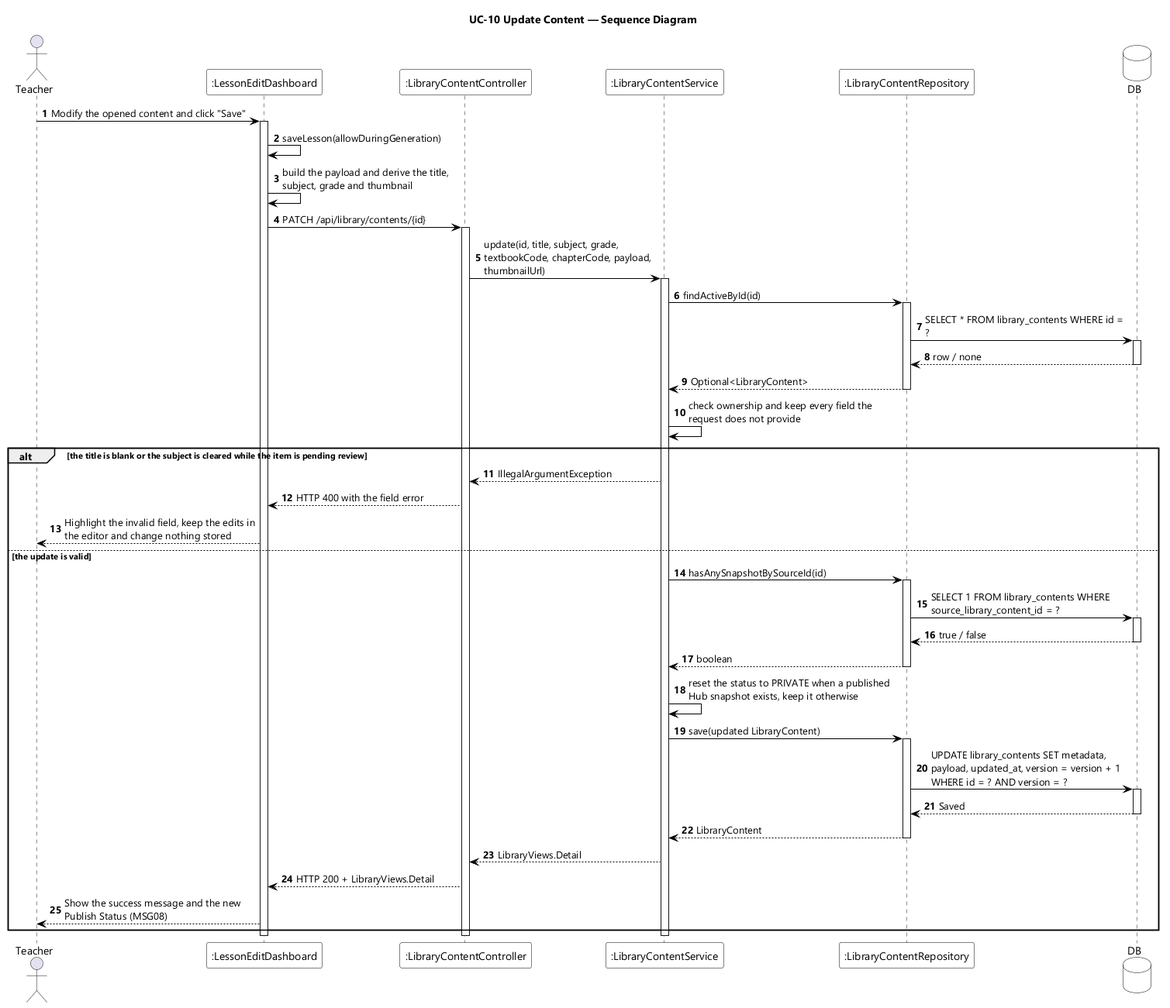
The PlantUML diagram designs/sds-diagrams/uc10/uc10-sequence-diagram.png in EduA-system/EduA-system, before a commit. Its diagram source:
```plantuml
@startuml UC-10 Update Content - Sequence Diagram
skinparamlocked dpi 96
skinparam defaultFontName "Segoe UI"
skinparam shadowing false
skinparam ParticipantBackgroundColor #FFFFFF
skinparam ParticipantBorderColor #000000
skinparam DatabaseBackgroundColor #FFFFFF
skinparam DatabaseBorderColor #000000
skinparam ArrowColor #000000
skinparam sequenceMessageAlign left
skinparam maxMessageSize 260
title UC-10 Update Content — Sequence Diagram

actor Teacher
participant ":LessonEditDashboard" as EDT
participant ":LibraryContentController" as CTL
participant ":LibraryContentService" as SVC
participant ":LibraryContentRepository" as REPO
database DB

autonumber
Teacher -> EDT : Modify the opened content and click "Save"
activate EDT
EDT -> EDT : saveLesson(allowDuringGeneration)
EDT -> EDT : build the payload and derive the title, subject, grade and thumbnail
EDT -> CTL : PATCH /api/library/contents/{id}
activate CTL
CTL -> SVC : update(id, title, subject, grade, textbookCode, chapterCode, payload, thumbnailUrl)
activate SVC
SVC -> REPO : findActiveById(id)
activate REPO
REPO -> DB : SELECT * FROM library_contents WHERE id = ?
activate DB
DB --> REPO : row / none
deactivate DB
REPO --> SVC : Optional<LibraryContent>
deactivate REPO
SVC -> SVC : check ownership and keep every field the request does not provide

alt the title is blank or the subject is cleared while the item is pending review
  SVC --> CTL : IllegalArgumentException
  CTL --> EDT : HTTP 400 with the field error
  EDT --> Teacher : Highlight the invalid field, keep the edits in the editor and change nothing stored
else the update is valid
  SVC -> REPO : hasAnySnapshotBySourceId(id)
  activate REPO
  REPO -> DB : SELECT 1 FROM library_contents WHERE source_library_content_id = ?
  activate DB
  DB --> REPO : true / false
  deactivate DB
  REPO --> SVC : boolean
  deactivate REPO
  SVC -> SVC : reset the status to PRIVATE when a published Hub snapshot exists, keep it otherwise
  SVC -> REPO : save(updated LibraryContent)
  activate REPO
  REPO -> DB : UPDATE library_contents SET metadata, payload, updated_at, version = version + 1\nWHERE id = ? AND version = ?
  activate DB
  DB --> REPO : Saved
  deactivate DB
  REPO --> SVC : LibraryContent
  deactivate REPO
  SVC --> CTL : LibraryViews.Detail
  CTL --> EDT : HTTP 200 + LibraryViews.Detail
  EDT --> Teacher : Show the success message and the new Publish Status (MSG08)
end
deactivate SVC
deactivate CTL
deactivate EDT
@enduml
```
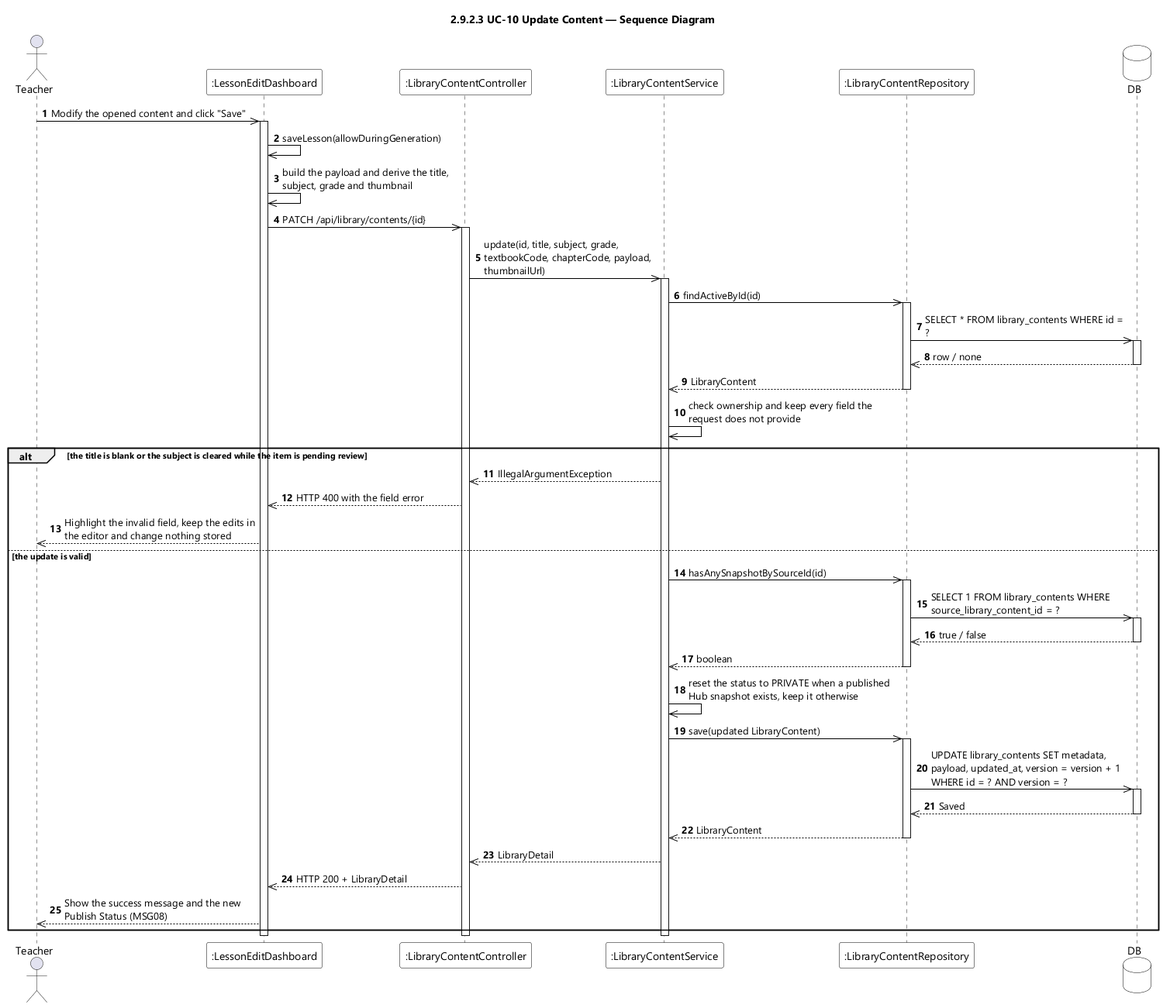
The same diagram one commit later.

Change to the diagram source:
```diff
@@ -9,7 +9,7 @@
 skinparam ArrowColor #000000
 skinparam sequenceMessageAlign left
 skinparam maxMessageSize 260
-title UC-10 Update Content — Sequence Diagram
+title 2.9.2.3 UC-10 Update Content — Sequence Diagram
 
 actor Teacher
 participant ":LessonEditDashboard" as EDT
@@ -19,49 +19,49 @@
 database DB
 
 autonumber
-Teacher -> EDT : Modify the opened content and click "Save"
+Teacher ->> EDT : Modify the opened content and click "Save"
 activate EDT
-EDT -> EDT : saveLesson(allowDuringGeneration)
-EDT -> EDT : build the payload and derive the title, subject, grade and thumbnail
-EDT -> CTL : PATCH /api/library/contents/{id}
+EDT ->> EDT : saveLesson(allowDuringGeneration)
+EDT ->> EDT : build the payload and derive the title, subject, grade and thumbnail
+EDT ->> CTL : PATCH /api/library/contents/{id}
 activate CTL
-CTL -> SVC : update(id, title, subject, grade, textbookCode, chapterCode, payload, thumbnailUrl)
+CTL ->> SVC : update(id, title, subject, grade, textbookCode, chapterCode, payload, thumbnailUrl)
 activate SVC
-SVC -> REPO : findActiveById(id)
+SVC ->> REPO : findActiveById(id)
 activate REPO
-REPO -> DB : SELECT * FROM library_contents WHERE id = ?
+REPO ->> DB : SELECT * FROM library_contents WHERE id = ?
 activate DB
-DB --> REPO : row / none
+DB -->> REPO : row / none
 deactivate DB
-REPO --> SVC : Optional<LibraryContent>
+REPO -->> SVC : LibraryContent
 deactivate REPO
-SVC -> SVC : check ownership and keep every field the request does not provide
+SVC ->> SVC : check ownership and keep every field the request does not provide
 
 alt the title is blank or the subject is cleared while the item is pending review
-  SVC --> CTL : IllegalArgumentException
-  CTL --> EDT : HTTP 400 with the field error
-  EDT --> Teacher : Highlight the invalid field, keep the edits in the editor and change nothing stored
+  SVC -->> CTL : IllegalArgumentException
+  CTL -->> EDT : HTTP 400 with the field error
+  EDT -->> Teacher : Highlight the invalid field, keep the edits in the editor and change nothing stored
 else the update is valid
-  SVC -> REPO : hasAnySnapshotBySourceId(id)
+  SVC ->> REPO : hasAnySnapshotBySourceId(id)
   activate REPO
-  REPO -> DB : SELECT 1 FROM library_contents WHERE source_library_content_id = ?
+  REPO ->> DB : SELECT 1 FROM library_contents WHERE source_library_content_id = ?
   activate DB
-  DB --> REPO : true / false
+  DB -->> REPO : true / false
   deactivate DB
-  REPO --> SVC : boolean
+  REPO -->> SVC : boolean
   deactivate REPO
-  SVC -> SVC : reset the status to PRIVATE when a published Hub snapshot exists, keep it otherwise
-  SVC -> REPO : save(updated LibraryContent)
+  SVC ->> SVC : reset the status to PRIVATE when a published Hub snapshot exists, keep it otherwise
+  SVC ->> REPO : save(updated LibraryContent)
   activate REPO
-  REPO -> DB : UPDATE library_contents SET metadata, payload, updated_at, version = version + 1\nWHERE id = ? AND version = ?
+  REPO ->> DB : UPDATE library_contents SET metadata, payload, updated_at, version = version + 1\nWHERE id = ? AND version = ?
   activate DB
-  DB --> REPO : Saved
+  DB -->> REPO : Saved
   deactivate DB
-  REPO --> SVC : LibraryContent
+  REPO -->> SVC : LibraryContent
   deactivate REPO
-  SVC --> CTL : LibraryViews.Detail
-  CTL --> EDT : HTTP 200 + LibraryViews.Detail
-  EDT --> Teacher : Show the success message and the new Publish Status (MSG08)
+  SVC -->> CTL : LibraryDetail
+  CTL -->> EDT : HTTP 200 + LibraryDetail
+  EDT -->> Teacher : Show the success message and the new Publish Status (MSG08)
 end
 deactivate SVC
 deactivate CTL
```
